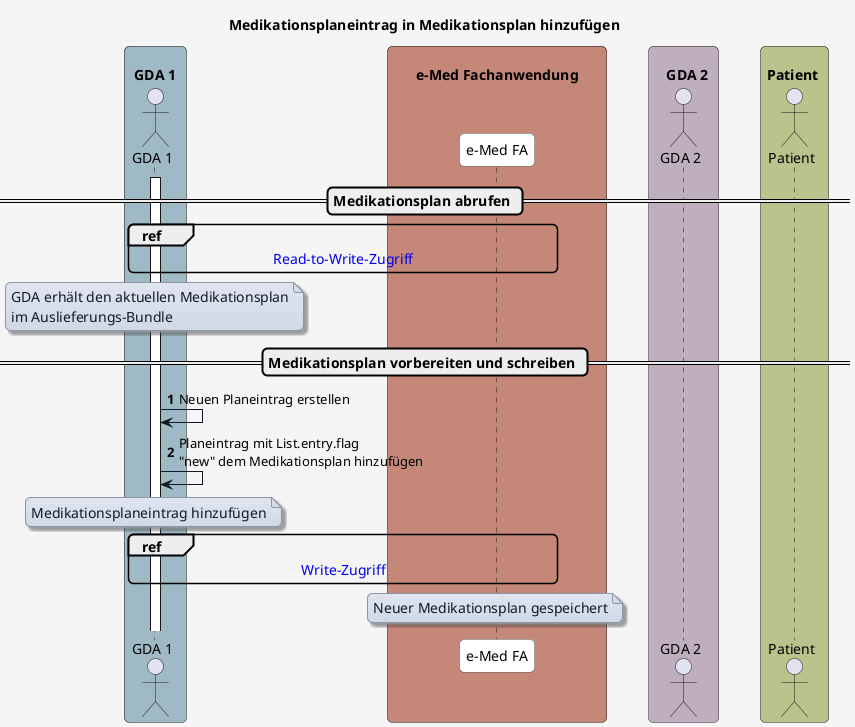
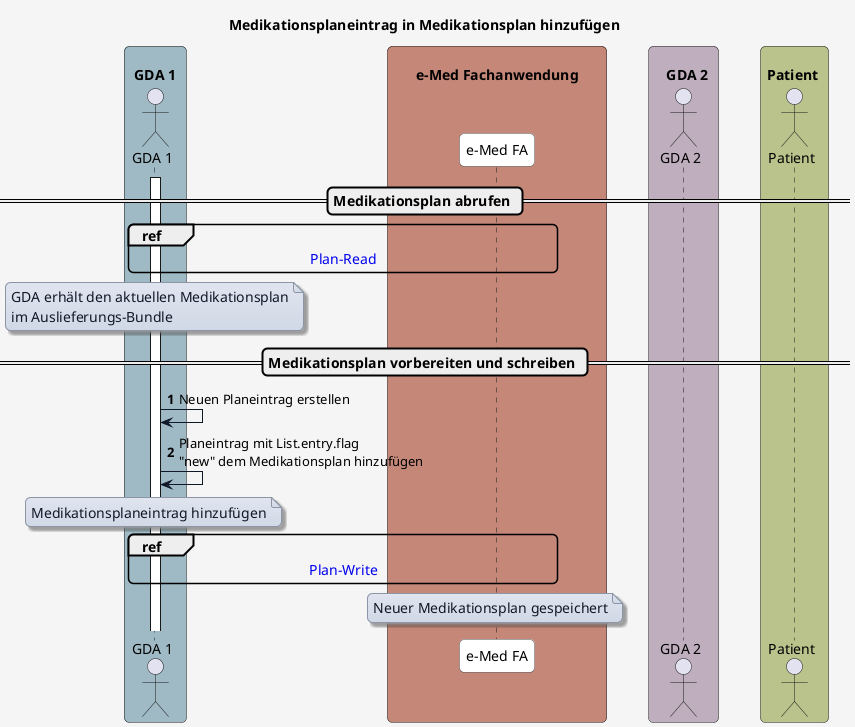
@startuml
title Medikationsplaneintrag in Medikationsplan hinzufügen
skinparam borderColor #000000
skinparam backgroundColor #f5f5f5
skinparam shadowing false
skinparam roundCorner 10
skinparam defaultFontName "Arial"
skinparam defaultFontSize 14
skinparam defaultFontColor #000000

skinparam note {
  BackgroundColor #e0e5f0-#d1d9e6
  BorderColor #8b95a5
  BorderThickness 1
  RoundCorner 8
  Padding 6
  FontColor #111827
  Shadowing true
}

skinparam HyperlinkColor #0000EE
skinparam HyperlinkUnderline false

skinparam sequence {
  ParticipantBorderColor #555555
  ParticipantBackgroundColor #ffffff
  ParticipantFontColor #000000
  ParticipantFontSize 14
  ParticipantPadding 20
  ArrowColor #111827
  ArrowThickness 1
  ArrowFontColor #000000
  ArrowFontSize 13
  GroupBorderColor #111827
  GroupBackgroundColor #eef2ff
  GroupBorderThickness 2
}

skinparam BoxPadding 20
skinparam BoxBorderColor #555555

box "\n  GDA 1  " #9fbac4
  actor GDA_1 as "GDA 1"
end box

box "\n       e-Med Fachanwendung       " #C48778
  participant eMed_FA as "e-Med FA"
end box

box "\n    GDA 2  " #beaebe
  actor GDA_2 as "GDA 2"
end box

box "\n Patient  " #bac38b
  actor Patient as "Patient"
end box


autonumber


== Medikationsplan abrufen ==

activate GDA_1

- ref over GDA_1, eMed_FA : [[interactions.html#sequenzdiagramm-read-to-write-zugriff Read-to-Write-Zugriff]]
+ ref over GDA_1, eMed_FA : [[interactions.html#sequenzdiagramm-plan-read Plan-Read]]

note over GDA_1
GDA erhält den aktuellen Medikationsplan
im Auslieferungs-Bundle
end note

== Medikationsplan vorbereiten und schreiben ==

GDA_1 -> GDA_1: Neuen Planeintrag erstellen
GDA_1 -> GDA_1: Planeintrag mit List.entry.flag\n"new" dem Medikationsplan hinzufügen

note over GDA_1
Medikationsplaneintrag hinzufügen
end note

- ref over GDA_1, eMed_FA : [[interactions.html#write-zugriff Write-Zugriff]]
+ ref over GDA_1, eMed_FA : [[interactions.html#plan-write Plan-Write]]

note over eMed_FA
Neuer Medikationsplan gespeichert
end note

@enduml